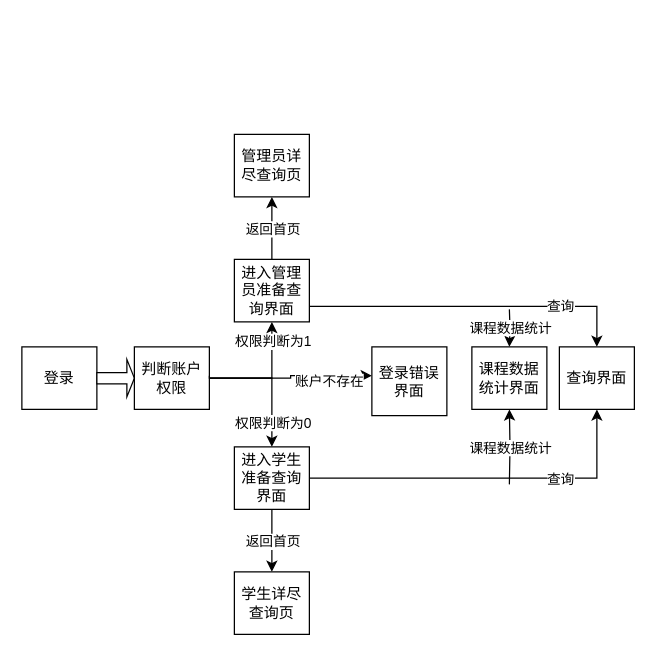
Before: Untitled Diagram.drawio in machineliker/chatroom, a draw.io diagram. Source tidied: cells renumbered, new cells numbered last; positions are measured from the earlier drawing's top-left corner, leaving out a move shared by most shapes. Both pictures are drawn from the tidied source at 125%, with x=0, y=0 at pixel (21, 134).
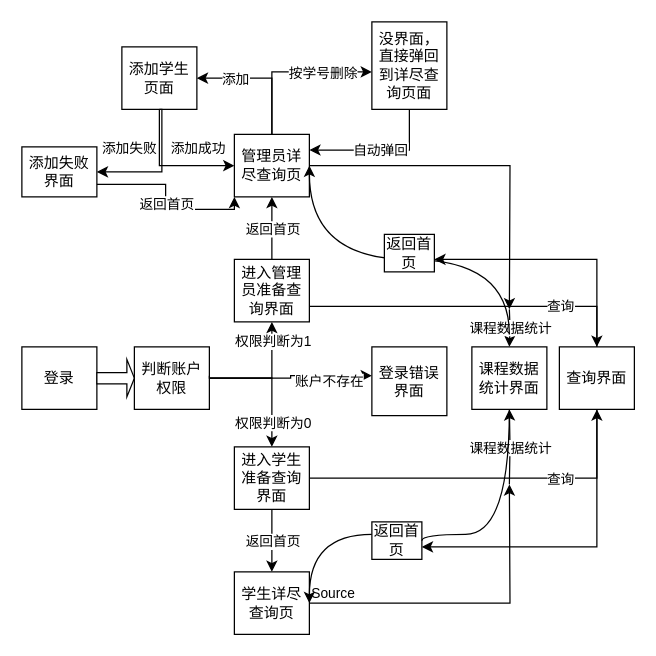
After the change.

Unchanged cells that the change refers to:
```xml
<mxCell id="18" value="查询界面" style="rounded=0;whiteSpace=wrap;html=1;align=center;" parent="1" vertex="1">
  <mxGeometry x="430" y="170" width="60" height="50" as="geometry" />
</mxCell>
<mxCell id="26" value="管理员详尽查询页" style="rounded=0;whiteSpace=wrap;html=1;align=center;" parent="1" vertex="1">
  <mxGeometry x="170" width="60" height="50" as="geometry" />
</mxCell>
<mxCell id="29" value="学生详尽查询页" style="rounded=0;whiteSpace=wrap;html=1;align=center;" parent="1" vertex="1">
  <mxGeometry x="170" y="350" width="60" height="50" as="geometry" />
</mxCell>
```

The edit, as a diff of the source:
```diff
@@
+    <mxCell id="30" style="endArrow=classic;html=1;rounded=0;edgeStyle=orthogonalEdgeStyle;exitX=1;exitY=0.5;exitDx=0;exitDy=0;" parent="1" edge="1" source="26">
+      <mxGeometry relative="1" as="geometry">
+        <mxPoint x="390" y="140" as="targetPoint" />
+      </mxGeometry>
+    </mxCell>
+    <mxCell id="31" style="endArrow=classic;html=1;rounded=0;edgeStyle=orthogonalEdgeStyle;exitX=1;exitY=0.5;exitDx=0;exitDy=0;" parent="1" edge="1" source="29">
+      <mxGeometry relative="1" as="geometry">
+        <mxPoint x="390" y="280" as="targetPoint" />
+      </mxGeometry>
+    </mxCell>
+    <mxCell id="32" value="Source" style="edgeLabel;html=1;align=left;verticalAlign=bottom;" parent="31" vertex="1">
+      <mxGeometry x="-1" relative="1" as="geometry" />
+    </mxCell>
+    <mxCell id="33" style="curved=1;endArrow=classic;html=1;rounded=0;edgeStyle=orthogonalEdgeStyle;entryX=1;entryY=0.5;entryDx=0;entryDy=0;startArrow=none;" parent="1" edge="1" source="34" target="29">
+      <mxGeometry relative="1" as="geometry">
+        <Array as="points">
+          <mxPoint x="230" y="320" />
+        </Array>
+      </mxGeometry>
+    </mxCell>
+    <mxCell id="34" value="返回首页" style="rounded=0;whiteSpace=wrap;html=1;align=center;" parent="1" vertex="1">
+      <mxGeometry x="280" y="310" width="40" height="30" as="geometry" />
+    </mxCell>
+    <mxCell id="35" style="curved=1;endArrow=none;html=1;rounded=0;edgeStyle=orthogonalEdgeStyle;entryX=1;entryY=0.5;entryDx=0;entryDy=0;" parent="1" edge="1" target="34">
+      <mxGeometry relative="1" as="geometry">
+        <mxPoint x="390" y="220" as="sourcePoint" />
+        <Array as="points">
+          <mxPoint x="390" y="320" />
+        </Array>
+      </mxGeometry>
+    </mxCell>
+    <mxCell id="36" style="curved=1;endArrow=classic;html=1;rounded=0;edgeStyle=orthogonalEdgeStyle;entryX=1;entryY=0.5;entryDx=0;entryDy=0;" parent="1" edge="1" target="26">
+      <mxGeometry relative="1" as="geometry">
+        <mxPoint x="390" y="160" as="sourcePoint" />
+        <Array as="points">
+          <mxPoint x="390" y="100" />
+          <mxPoint x="230" y="100" />
+        </Array>
+      </mxGeometry>
+    </mxCell>
+    <mxCell id="37" value="返回首页" style="rounded=0;whiteSpace=wrap;html=1;align=center;" parent="1" vertex="1">
+      <mxGeometry x="290" y="80" width="40" height="30" as="geometry" />
+    </mxCell>
+    <mxCell id="38" style="endArrow=classic;html=1;rounded=0;edgeStyle=orthogonalEdgeStyle;exitX=0.5;exitY=0;exitDx=0;exitDy=0;" parent="1" edge="1" source="18">
+      <mxGeometry relative="1" as="geometry">
+        <mxPoint x="330" y="100" as="targetPoint" />
+        <Array as="points">
+          <mxPoint x="460" y="100" />
+        </Array>
+      </mxGeometry>
+    </mxCell>
+    <mxCell id="39" style="endArrow=classic;html=1;rounded=0;edgeStyle=orthogonalEdgeStyle;exitX=0.5;exitY=1;exitDx=0;exitDy=0;" parent="1" edge="1" source="18">
+      <mxGeometry relative="1" as="geometry">
+        <mxPoint x="320" y="330" as="targetPoint" />
+        <Array as="points">
+          <mxPoint x="460" y="330" />
+        </Array>
+      </mxGeometry>
+    </mxCell>
+    <mxCell id="40" style="endArrow=classic;html=1;rounded=0;edgeStyle=orthogonalEdgeStyle;exitX=0.5;exitY=0;exitDx=0;exitDy=0;entryX=1;entryY=0.5;entryDx=0;entryDy=0;" parent="1" edge="1" source="26" target="42">
+      <mxGeometry relative="1" as="geometry">
+        <Array as="points">
+          <mxPoint x="200" y="-45" />
+        </Array>
+      </mxGeometry>
+    </mxCell>
+    <mxCell id="41" value="添加" style="edgeLabel;html=1;align=center;verticalAlign=middle;" parent="40" vertex="1">
+      <mxGeometry relative="1" as="geometry">
+        <mxPoint x="-22" as="offset" />
+      </mxGeometry>
+    </mxCell>
+    <mxCell id="42" value="添加学生页面" style="rounded=0;whiteSpace=wrap;html=1;align=center;" parent="1" vertex="1">
+      <mxGeometry x="80" y="-70" width="60" height="50" as="geometry" />
+    </mxCell>
+    <mxCell id="43" style="endArrow=classic;html=1;rounded=0;edgeStyle=orthogonalEdgeStyle;exitX=0.5;exitY=1;exitDx=0;exitDy=0;entryX=0;entryY=0.5;entryDx=0;entryDy=0;" parent="1" edge="1" source="42" target="26">
+      <mxGeometry relative="1" as="geometry">
+        <Array as="points">
+          <mxPoint x="110" y="25" />
+        </Array>
+      </mxGeometry>
+    </mxCell>
+    <mxCell id="44" value="添加成功" style="edgeLabel;html=1;align=center;verticalAlign=middle;" parent="43" vertex="1">
+      <mxGeometry relative="1" as="geometry">
+        <mxPoint x="22" y="-15" as="offset" />
+      </mxGeometry>
+    </mxCell>
+    <mxCell id="45" style="endArrow=classic;html=1;rounded=0;edgeStyle=orthogonalEdgeStyle;exitX=0.5;exitY=1;exitDx=0;exitDy=0;" parent="1" edge="1" source="42">
+      <mxGeometry relative="1" as="geometry">
+        <mxPoint x="60" y="30" as="targetPoint" />
+        <Array as="points">
+          <mxPoint x="112" y="-20" />
+          <mxPoint x="112" y="30" />
+        </Array>
+      </mxGeometry>
+    </mxCell>
+    <mxCell id="46" value="添加失败" style="edgeLabel;html=1;align=center;verticalAlign=middle;" parent="45" vertex="1">
+      <mxGeometry relative="1" as="geometry">
+        <mxPoint x="-27" y="-20" as="offset" />
+      </mxGeometry>
+    </mxCell>
+    <mxCell id="47" value="添加失败界面" style="rounded=0;whiteSpace=wrap;html=1;align=center;" parent="1" vertex="1">
+      <mxGeometry y="10" width="60" height="40" as="geometry" />
+    </mxCell>
+    <mxCell id="48" style="endArrow=classic;html=1;rounded=0;edgeStyle=orthogonalEdgeStyle;exitX=1;exitY=0.75;exitDx=0;exitDy=0;entryX=0;entryY=1;entryDx=0;entryDy=0;" parent="1" edge="1" source="47" target="26">
+      <mxGeometry relative="1" as="geometry" />
+    </mxCell>
+    <mxCell id="49" value="返回首页" style="edgeLabel;html=1;align=center;verticalAlign=middle;" parent="48" vertex="1">
+      <mxGeometry relative="1" as="geometry" />
+    </mxCell>
+    <mxCell id="50" style="endArrow=classic;html=1;rounded=0;edgeStyle=orthogonalEdgeStyle;exitX=0.5;exitY=0;exitDx=0;exitDy=0;" parent="1" edge="1" source="26">
+      <mxGeometry relative="1" as="geometry">
+        <mxPoint x="280" y="-50" as="targetPoint" />
+        <Array as="points">
+          <mxPoint x="200" y="-50" />
+        </Array>
+      </mxGeometry>
+    </mxCell>
+    <mxCell id="51" value="按学号删除" style="edgeLabel;html=1;align=center;verticalAlign=middle;" parent="50" vertex="1">
+      <mxGeometry relative="1" as="geometry">
+        <mxPoint x="25" as="offset" />
+      </mxGeometry>
+    </mxCell>
+    <mxCell id="52" value="没界面，直接弹回到详尽查询页面" style="rounded=0;whiteSpace=wrap;html=1;align=center;" parent="1" vertex="1">
+      <mxGeometry x="280" y="-90" width="60" height="70" as="geometry" />
+    </mxCell>
+    <mxCell id="53" style="endArrow=classic;html=1;rounded=0;edgeStyle=orthogonalEdgeStyle;exitX=0.5;exitY=1;exitDx=0;exitDy=0;entryX=1;entryY=0.25;entryDx=0;entryDy=0;" parent="1" edge="1" source="52" target="26">
+      <mxGeometry relative="1" as="geometry" />
+    </mxCell>
+    <mxCell id="54" value="自动弹回" style="edgeLabel;html=1;align=center;verticalAlign=middle;" parent="53" vertex="1">
+      <mxGeometry relative="1" as="geometry" />
+    </mxCell>
```
